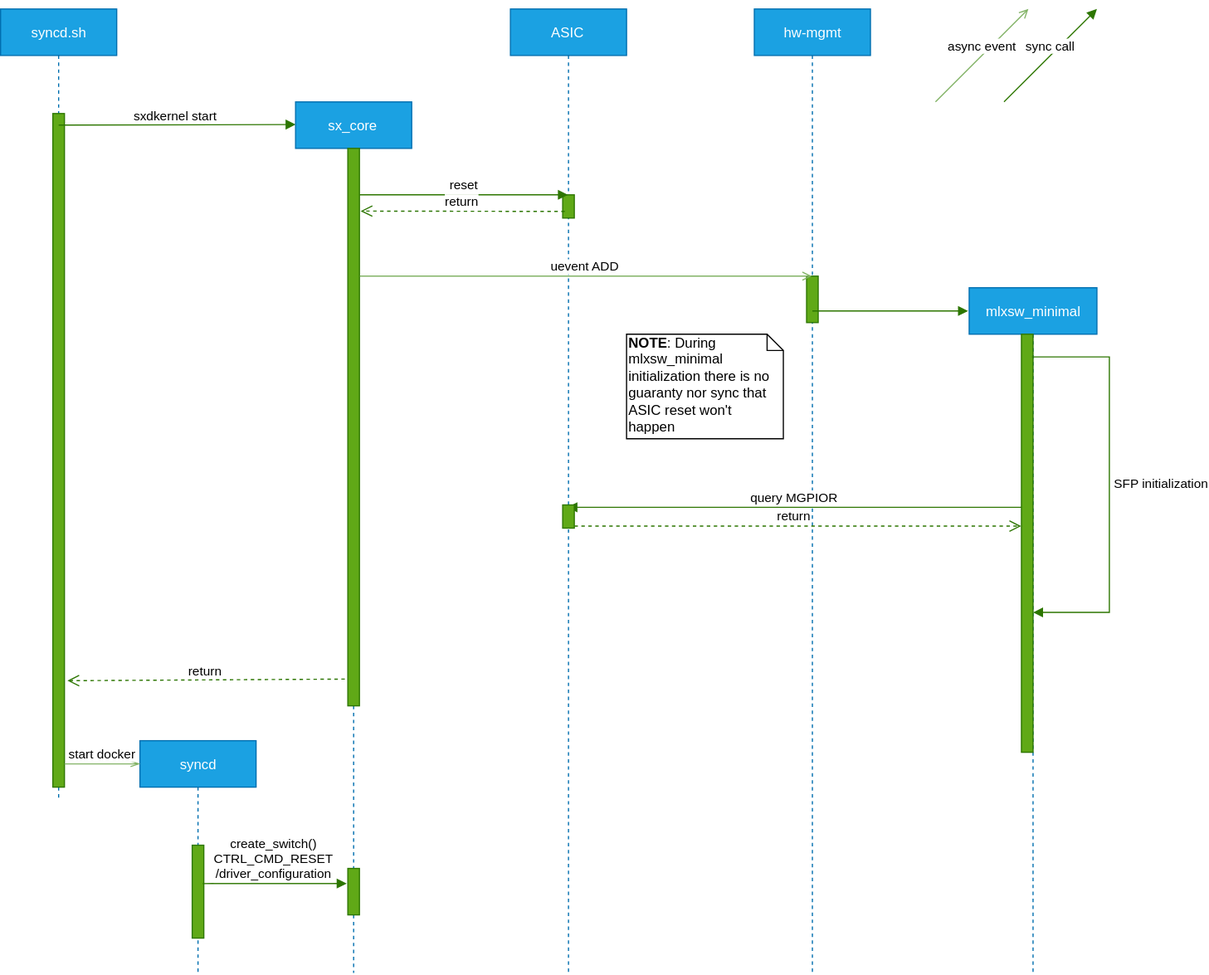
Above: doc/mlnx_only_doc/hw-mgmt-sxcore-cold-boot.svg in stepanblyschak/SONiC (draw.io), before the change. Source tidied: cells renumbered, new cells last; positions are measured from the earlier drawing's top-left corner, leaving out a move shared by most shapes.
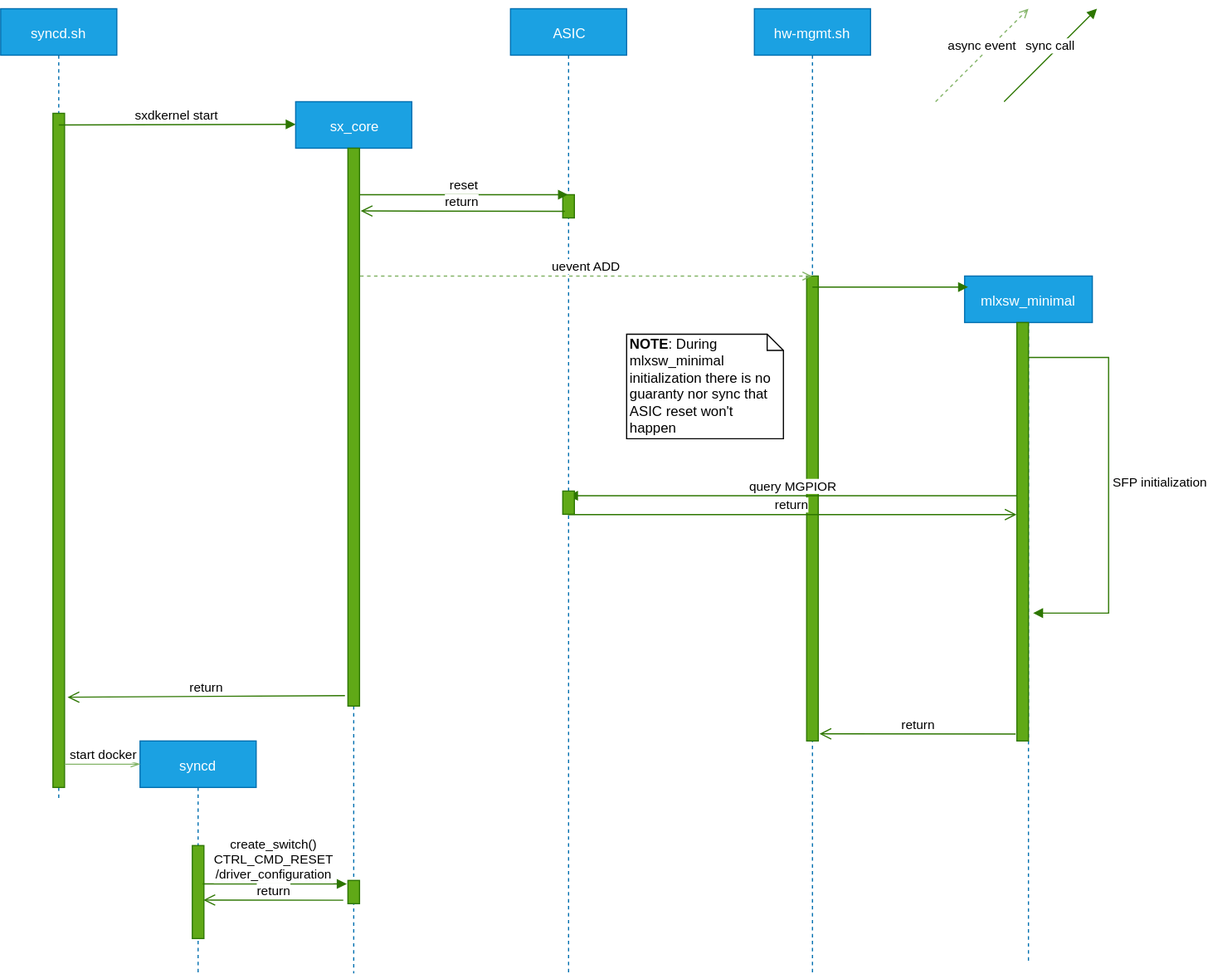
The same diagram one commit later.

Change to the diagram source:
```diff
@@ -19,11 +19,11 @@
     <mxCell id="6" style="html=1;perimeter=orthogonalPerimeter;fillColor=#60a917;strokeColor=#2D7600;fontColor=#ffffff;" parent="5" vertex="1">
       <mxGeometry x="45" y="160" width="10" height="20" as="geometry" />
     </mxCell>
-    <mxCell id="7" value="hw-mgmt" style="shape=umlLifeline;perimeter=lifelinePerimeter;whiteSpace=wrap;html=1;outlineConnect=0;fillColor=#1ba1e2;strokeColor=#006EAF;fontColor=#ffffff;" parent="1" vertex="1">
+    <mxCell id="7" value="hw-mgmt.sh" style="shape=umlLifeline;perimeter=lifelinePerimeter;whiteSpace=wrap;html=1;outlineConnect=0;fillColor=#1ba1e2;strokeColor=#006EAF;fontColor=#ffffff;" parent="1" vertex="1">
       <mxGeometry x="649" width="100" height="830" as="geometry" />
     </mxCell>
     <mxCell id="8" style="html=1;perimeter=orthogonalPerimeter;fillColor=#60a917;strokeColor=#2D7600;fontColor=#ffffff;" parent="7" vertex="1">
-      <mxGeometry x="45" y="230" width="10" height="40" as="geometry" />
+      <mxGeometry x="45" y="230" width="10" height="400" as="geometry" />
     </mxCell>
     <mxCell id="9" value="sx_core" style="shape=umlLifeline;perimeter=lifelinePerimeter;whiteSpace=wrap;html=1;outlineConnect=0;fillColor=#1ba1e2;strokeColor=#006EAF;fontColor=#ffffff;" parent="1" vertex="1">
       <mxGeometry x="254" y="80" width="100" height="750" as="geometry" />
@@ -32,7 +32,7 @@
       <mxGeometry x="45" y="40" width="10" height="480" as="geometry" />
     </mxCell>
     <mxCell id="11" style="html=1;perimeter=orthogonalPerimeter;fillColor=#60a917;strokeColor=#2D7600;fontColor=#ffffff;" parent="9" vertex="1">
-      <mxGeometry x="45" y="660" width="10" height="40" as="geometry" />
+      <mxGeometry x="45" y="670" width="10" height="20" as="geometry" />
     </mxCell>
     <mxCell id="12" value="reset" style="html=1;verticalAlign=bottom;endArrow=block;fillColor=#60a917;strokeColor=#2D7600;" parent="1" edge="1" target="5">
       <mxGeometry relative="1" as="geometry">
@@ -40,20 +40,20 @@
       </mxGeometry>
     </mxCell>
     <mxCell id="13" value="mlxsw_minimal" style="shape=umlLifeline;perimeter=lifelinePerimeter;whiteSpace=wrap;html=1;outlineConnect=0;fillColor=#1ba1e2;strokeColor=#006EAF;fontColor=#ffffff;" parent="1" vertex="1">
-      <mxGeometry x="834" y="240" width="110" height="590" as="geometry" />
+      <mxGeometry x="830" y="230" width="110" height="590" as="geometry" />
     </mxCell>
     <mxCell id="14" style="html=1;points=[];perimeter=orthogonalPerimeter;fillColor=#60a917;strokeColor=#2D7600;fontColor=#ffffff;" parent="13" vertex="1">
       <mxGeometry x="45" y="40" width="10" height="360" as="geometry" />
     </mxCell>
-    <mxCell id="15" value="uevent ADD" style="html=1;verticalAlign=bottom;endArrow=open;endFill=0;fillColor=#d5e8d4;strokeColor=#82b366;" parent="1" edge="1" target="7">
+    <mxCell id="15" value="uevent ADD" style="html=1;verticalAlign=bottom;endArrow=open;endFill=0;fillColor=#d5e8d4;strokeColor=#82b366;dashed=1;" parent="1" edge="1" target="7">
       <mxGeometry relative="1" as="geometry">
         <mxPoint x="309.5" y="230" as="sourcePoint" />
       </mxGeometry>
     </mxCell>
     <mxCell id="16" style="html=1;verticalAlign=bottom;endArrow=block;fillColor=#60a917;strokeColor=#2D7600;" parent="1" edge="1">
       <mxGeometry relative="1" as="geometry">
-        <mxPoint x="699" y="260" as="sourcePoint" />
-        <mxPoint x="833" y="260" as="targetPoint" />
+        <mxPoint x="699" y="239.5" as="sourcePoint" />
+        <mxPoint x="833" y="239.5" as="targetPoint" />
       </mxGeometry>
     </mxCell>
     <mxCell id="17" value="SFP initialization" style="edgeStyle=orthogonalEdgeStyle;html=1;align=left;spacingLeft=2;endArrow=block;rounded=0;fillColor=#60a917;strokeColor=#2D7600;" parent="1" edge="1" source="13">
@@ -82,7 +82,7 @@
         <mxPoint x="298" y="753" as="targetPoint" />
       </mxGeometry>
     </mxCell>
-    <mxCell id="23" value="async event" style="html=1;verticalAlign=bottom;endArrow=open;endFill=0;fillColor=#d5e8d4;strokeColor=#82b366;" parent="1" edge="1">
+    <mxCell id="23" value="async event" style="html=1;verticalAlign=bottom;endArrow=open;endFill=0;fillColor=#d5e8d4;strokeColor=#82b366;dashed=1;" parent="1" edge="1">
       <mxGeometry relative="1" as="geometry">
         <mxPoint x="805" y="80" as="sourcePoint" />
         <mxPoint x="885" as="targetPoint" />
@@ -97,19 +97,34 @@
     <mxCell id="25" value="start docker" style="html=1;verticalAlign=bottom;endArrow=openThin;entryX=0;entryY=0.1;entryDx=0;entryDy=0;entryPerimeter=0;endFill=0;fillColor=#d5e8d4;strokeColor=#82b366;" parent="1" edge="1" source="3" target="20">
       <mxGeometry relative="1" as="geometry" />
     </mxCell>
-    <mxCell id="26" value="return" style="html=1;verticalAlign=bottom;endArrow=open;dashed=1;endSize=8;exitX=-0.259;exitY=0.952;exitDx=0;exitDy=0;exitPerimeter=0;entryX=1.259;entryY=0.842;entryDx=0;entryDy=0;entryPerimeter=0;fillColor=#60a917;strokeColor=#2D7600;" parent="1" edge="1" source="10" target="3">
-      <mxGeometry relative="1" as="geometry" />
+    <mxCell id="26" value="return" style="html=1;verticalAlign=bottom;endArrow=open;endSize=8;exitX=-0.259;exitY=0.952;exitDx=0;exitDy=0;exitPerimeter=0;entryX=1.259;entryY=0.842;entryDx=0;entryDy=0;entryPerimeter=0;fillColor=#60a917;strokeColor=#2D7600;" parent="1" edge="1">
+      <mxGeometry relative="1" as="geometry">
+        <mxPoint x="296.4" y="591" as="sourcePoint" />
+        <mxPoint x="57.6" y="592.4" as="targetPoint" />
+      </mxGeometry>
     </mxCell>
-    <mxCell id="27" value="return" style="html=1;verticalAlign=bottom;endArrow=open;dashed=1;endSize=8;exitX=0.468;exitY=0.21;exitDx=0;exitDy=0;exitPerimeter=0;fillColor=#60a917;strokeColor=#2D7600;" parent="1" edge="1" source="5">
+    <mxCell id="27" value="return" style="html=1;verticalAlign=bottom;endArrow=open;endSize=8;exitX=0.468;exitY=0.21;exitDx=0;exitDy=0;exitPerimeter=0;fillColor=#60a917;strokeColor=#2D7600;" parent="1" edge="1" source="5">
       <mxGeometry relative="1" as="geometry">
         <mxPoint x="310" y="174" as="targetPoint" />
       </mxGeometry>
     </mxCell>
-    <mxCell id="28" value="return" style="html=1;verticalAlign=bottom;endArrow=open;dashed=1;endSize=8;fillColor=#60a917;strokeColor=#2D7600;entryX=-0.024;entryY=0.459;entryDx=0;entryDy=0;entryPerimeter=0;" parent="1" edge="1" source="5" target="14">
+    <mxCell id="28" value="return" style="html=1;verticalAlign=bottom;endArrow=open;endSize=8;fillColor=#60a917;strokeColor=#2D7600;entryX=-0.024;entryY=0.459;entryDx=0;entryDy=0;entryPerimeter=0;" parent="1" edge="1" source="5" target="14">
       <mxGeometry relative="1" as="geometry" />
     </mxCell>
     <mxCell id="29" style="html=1;perimeter=orthogonalPerimeter;fillColor=#60a917;strokeColor=#2D7600;fontColor=#ffffff;" parent="1" vertex="1">
-      <mxGeometry x="484" y="427" width="10" height="20" as="geometry" />
+      <mxGeometry x="484" y="415" width="10" height="20" as="geometry" />
     </mxCell>
+    <mxCell id="30" value="return" style="html=1;verticalAlign=bottom;endArrow=open;endSize=8;entryX=1.259;entryY=0.842;entryDx=0;entryDy=0;entryPerimeter=0;fillColor=#60a917;strokeColor=#2D7600;" parent="1" edge="1">
+      <mxGeometry relative="1" as="geometry">
+        <mxPoint x="874" y="624" as="sourcePoint" />
+        <mxPoint x="705.1" y="623.9" as="targetPoint" />
+      </mxGeometry>
+    </mxCell>
+    <mxCell id="31" value="return" style="html=1;verticalAlign=bottom;endArrow=open;endSize=8;entryX=1.259;entryY=0.842;entryDx=0;entryDy=0;entryPerimeter=0;fillColor=#60a917;strokeColor=#2D7600;" parent="1" edge="1">
+      <mxGeometry relative="1" as="geometry">
+        <mxPoint x="295" y="767" as="sourcePoint" />
+        <mxPoint x="174.6" y="766.9" as="targetPoint" />
+      </mxGeometry>
+    </mxCell>
   </root>
 </mxGraphModel>
```
